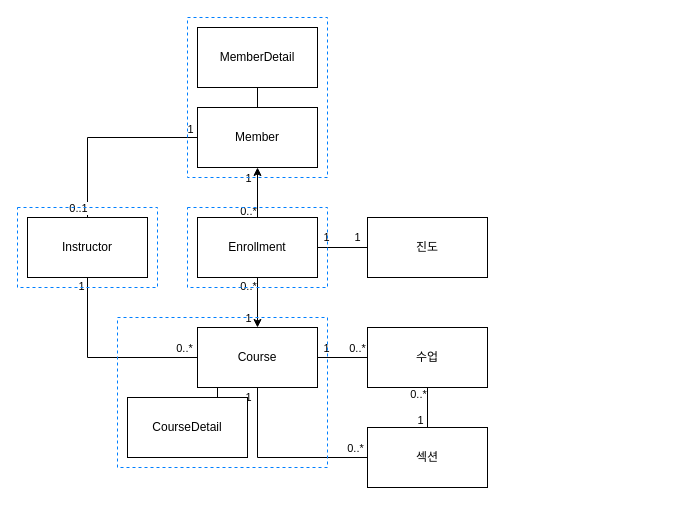
Above: 도메인모델.drawio in mrpark219/toby-clean-spring-ddd-hexagonal (draw.io), before the change. Source tidied: cells renumbered, new cells numbered last; positions are measured from the earlier drawing's top-left corner, leaving out a move shared by most shapes. Both pictures are drawn from the tidied source at 100%, with x=0, y=0 at pixel (17, 17).
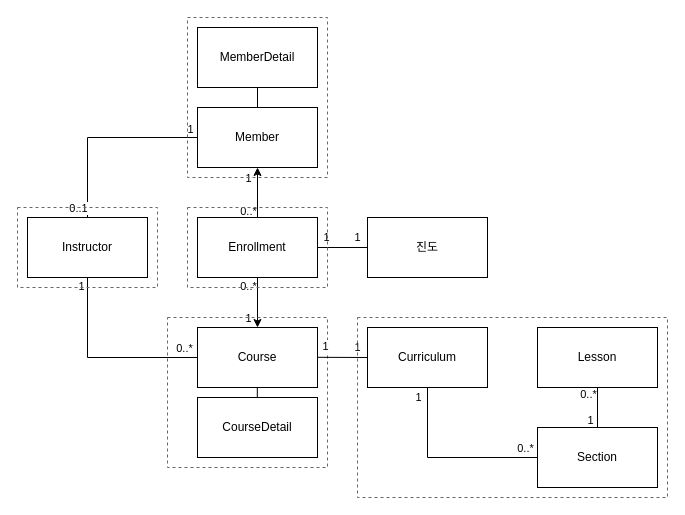
The same page after the edit.

Commit message:
📝 커리큘럼 도메인 모델 추가

The change refers to these unchanged cells:
```xml
<mxCell id="5" value="Course" style="rounded=0;whiteSpace=wrap;html=1;" parent="1" vertex="1">
  <mxGeometry x="180" y="310" width="120" height="60" as="geometry" />
</mxCell>
```

Change to the diagram source:
```diff
@@
-    <mxCell id="13" value="수업" style="rounded=0;whiteSpace=wrap;html=1;" parent="1" vertex="1">
-      <mxGeometry x="350" y="310" width="120" height="60" as="geometry" />
+    <mxCell id="13" value="Lesson" style="rounded=0;whiteSpace=wrap;html=1;" parent="1" vertex="1">
+      <mxGeometry x="520" y="310" width="120" height="60" as="geometry" />
     </mxCell>
-    <mxCell id="14" value="섹션" style="rounded=0;whiteSpace=wrap;html=1;" parent="1" vertex="1">
-      <mxGeometry x="350" y="410" width="120" height="60" as="geometry" />
+    <mxCell id="14" value="Section" style="rounded=0;whiteSpace=wrap;html=1;" parent="1" vertex="1">
+      <mxGeometry x="520" y="410" width="120" height="60" as="geometry" />
     </mxCell>
@@
-    <mxCell id="24" style="endArrow=none;html=1;rounded=0;entryX=0;entryY=0.5;entryDx=0;entryDy=0;exitX=1;exitY=0.5;exitDx=0;exitDy=0;" parent="1" edge="1" source="5" target="13">
-      <mxGeometry relative="1" as="geometry" />
-    </mxCell>
-    <mxCell id="25" value="1" style="edgeLabel;html=1;align=center;verticalAlign=middle;" parent="24" vertex="1">
-      <mxGeometry x="-0.69" relative="1" as="geometry">
-        <mxPoint y="-10" as="offset" />
-      </mxGeometry>
-    </mxCell>
-    <mxCell id="26" value="0..*" style="edgeLabel;html=1;align=center;verticalAlign=middle;" parent="24" vertex="1">
-      <mxGeometry x="0.71" relative="1" as="geometry">
-        <mxPoint x="-4" y="-10" as="offset" />
-      </mxGeometry>
-    </mxCell>
@@
-    <mxCell id="30" style="endArrow=none;html=1;rounded=0;entryX=0;entryY=0.5;entryDx=0;entryDy=0;exitX=0.5;exitY=1;exitDx=0;exitDy=0;" parent="1" edge="1" source="5" target="14">
+    <mxCell id="30" style="endArrow=none;html=1;rounded=0;entryX=0;entryY=0.5;entryDx=0;entryDy=0;exitX=0.5;exitY=1;exitDx=0;exitDy=0;" parent="1" edge="1" source="40" target="14">
       <mxGeometry relative="1" as="geometry">
         <Array as="points">
-          <mxPoint x="240" y="440" />
+          <mxPoint x="410" y="440" />
         </Array>
       </mxGeometry>
     </mxCell>
@@
     <mxCell id="36" style="rounded=0;whiteSpace=wrap;html=1;strokeColor=#007FFF;fillColor=none;dashed=1;" parent="1" vertex="1">
-      <mxGeometry x="100" y="300" width="210" height="150" as="geometry" />
+      <mxGeometry x="150" y="300" width="160" height="150" as="geometry" />
     </mxCell>
     <mxCell id="37" value="CourseDetail" style="rounded=0;whiteSpace=wrap;html=1;" parent="1" vertex="1">
-      <mxGeometry x="110" y="380" width="120" height="60" as="geometry" />
+      <mxGeometry x="180" y="380" width="120" height="60" as="geometry" />
     </mxCell>
     <mxCell id="38" style="endArrow=none;html=1;rounded=0;" parent="1" edge="1">
       <mxGeometry relative="1" as="geometry">
-        <mxPoint x="200" y="380" as="sourcePoint" />
-        <mxPoint x="200" y="370" as="targetPoint" />
+        <mxPoint x="239.8" y="380" as="sourcePoint" />
+        <mxPoint x="239.8" y="370" as="targetPoint" />
       </mxGeometry>
     </mxCell>
@@
+    <mxCell id="40" value="Curriculum" style="rounded=0;whiteSpace=wrap;html=1;" parent="1" vertex="1">
+      <mxGeometry x="350" y="310" width="120" height="60" as="geometry" />
+    </mxCell>
+    <mxCell id="41" value="1" style="endArrow=none;html=1;rounded=0;entryX=0;entryY=0.5;entryDx=0;entryDy=0;" parent="1" edge="1" target="40">
+      <mxGeometry x="0.6" y="10" relative="1" as="geometry">
+        <mxPoint x="300" y="339.8" as="sourcePoint" />
+      </mxGeometry>
+    </mxCell>
+    <mxCell id="25" value="1" style="edgeLabel;html=1;align=center;verticalAlign=middle;" parent="41" vertex="1">
+      <mxGeometry x="-0.75" y="-1" relative="1" as="geometry">
+        <mxPoint x="2" y="-12" as="offset" />
+      </mxGeometry>
+    </mxCell>
+    <mxCell id="42" style="rounded=0;whiteSpace=wrap;html=1;strokeColor=#007FFF;fillColor=none;dashed=1;" parent="1" vertex="1">
+      <mxGeometry x="340" y="300" width="310" height="180" as="geometry" />
+    </mxCell>
```
